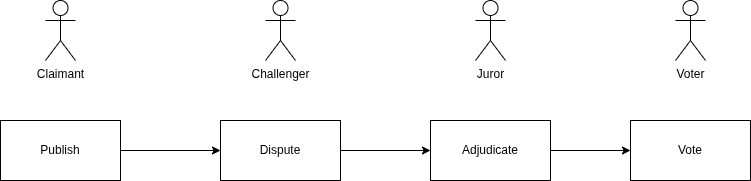
Before: diagrams/sequence.drawio.png, a diagram exported from draw.io (doyouwantto2/prototype). Source tidied: cells renumbered, new cells last; positions are measured from the earlier drawing's top-left corner, leaving out a move shared by most shapes. The source it was exported from:
```xml
<mxGraphModel>
  <root>
    <mxCell id="0" />
    <mxCell id="1" parent="0" />
    <mxCell id="2" style="edgeStyle=orthogonalEdgeStyle;rounded=0;jettySize=auto;html=1;entryX=0;entryY=0.5;entryDx=0;entryDy=0;" parent="1" edge="1" source="3" target="5">
      <mxGeometry relative="1" as="geometry" />
    </mxCell>
    <mxCell id="3" value="Publish" style="rounded=0;whiteSpace=wrap;html=1;" parent="1" vertex="1">
      <mxGeometry y="120" width="120" height="60" as="geometry" />
    </mxCell>
    <mxCell id="4" style="edgeStyle=orthogonalEdgeStyle;rounded=0;jettySize=auto;html=1;entryX=0;entryY=0.5;entryDx=0;entryDy=0;" parent="1" edge="1" source="5" target="7">
      <mxGeometry relative="1" as="geometry" />
    </mxCell>
    <mxCell id="5" value="Dispute" style="rounded=0;whiteSpace=wrap;html=1;" parent="1" vertex="1">
      <mxGeometry x="220" y="120" width="120" height="60" as="geometry" />
    </mxCell>
    <mxCell id="6" style="edgeStyle=orthogonalEdgeStyle;rounded=0;jettySize=auto;html=1;entryX=0;entryY=0.5;entryDx=0;entryDy=0;" parent="1" edge="1" source="7" target="8">
      <mxGeometry relative="1" as="geometry" />
    </mxCell>
    <mxCell id="7" value="Adjudicate" style="rounded=0;whiteSpace=wrap;html=1;" parent="1" vertex="1">
      <mxGeometry x="430" y="120" width="120" height="60" as="geometry" />
    </mxCell>
    <mxCell id="8" value="Vote" style="rounded=0;whiteSpace=wrap;html=1;" parent="1" vertex="1">
      <mxGeometry x="630" y="120" width="120" height="60" as="geometry" />
    </mxCell>
    <mxCell id="9" value="Claimant" style="shape=umlActor;verticalLabelPosition=bottom;verticalAlign=top;html=1;" parent="1" vertex="1">
      <mxGeometry x="45" width="30" height="60" as="geometry" />
    </mxCell>
    <mxCell id="10" value="Challenger" style="shape=umlActor;verticalLabelPosition=bottom;verticalAlign=top;html=1;" parent="1" vertex="1">
      <mxGeometry x="265" width="30" height="60" as="geometry" />
    </mxCell>
    <mxCell id="11" value="Juror" style="shape=umlActor;verticalLabelPosition=bottom;verticalAlign=top;html=1;" parent="1" vertex="1">
      <mxGeometry x="475" width="30" height="60" as="geometry" />
    </mxCell>
    <mxCell id="12" value="Voter" style="shape=umlActor;verticalLabelPosition=bottom;verticalAlign=top;html=1;" parent="1" vertex="1">
      <mxGeometry x="675" width="30" height="60" as="geometry" />
    </mxCell>
  </root>
</mxGraphModel>
```
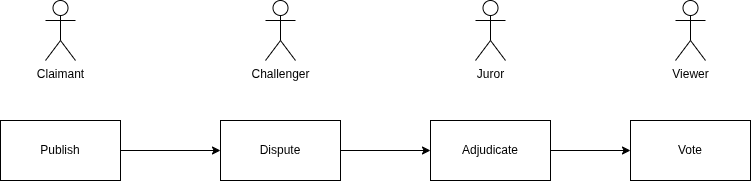
After the change.

What changed in the source:
```diff
@@ -32,7 +32,7 @@
     <mxCell id="11" value="Juror" style="shape=umlActor;verticalLabelPosition=bottom;verticalAlign=top;html=1;" parent="1" vertex="1">
       <mxGeometry x="475" width="30" height="60" as="geometry" />
     </mxCell>
-    <mxCell id="12" value="Voter" style="shape=umlActor;verticalLabelPosition=bottom;verticalAlign=top;html=1;" parent="1" vertex="1">
+    <mxCell id="12" value="Viewer" style="shape=umlActor;verticalLabelPosition=bottom;verticalAlign=top;html=1;" parent="1" vertex="1">
       <mxGeometry x="675" width="30" height="60" as="geometry" />
     </mxCell>
   </root>
```
